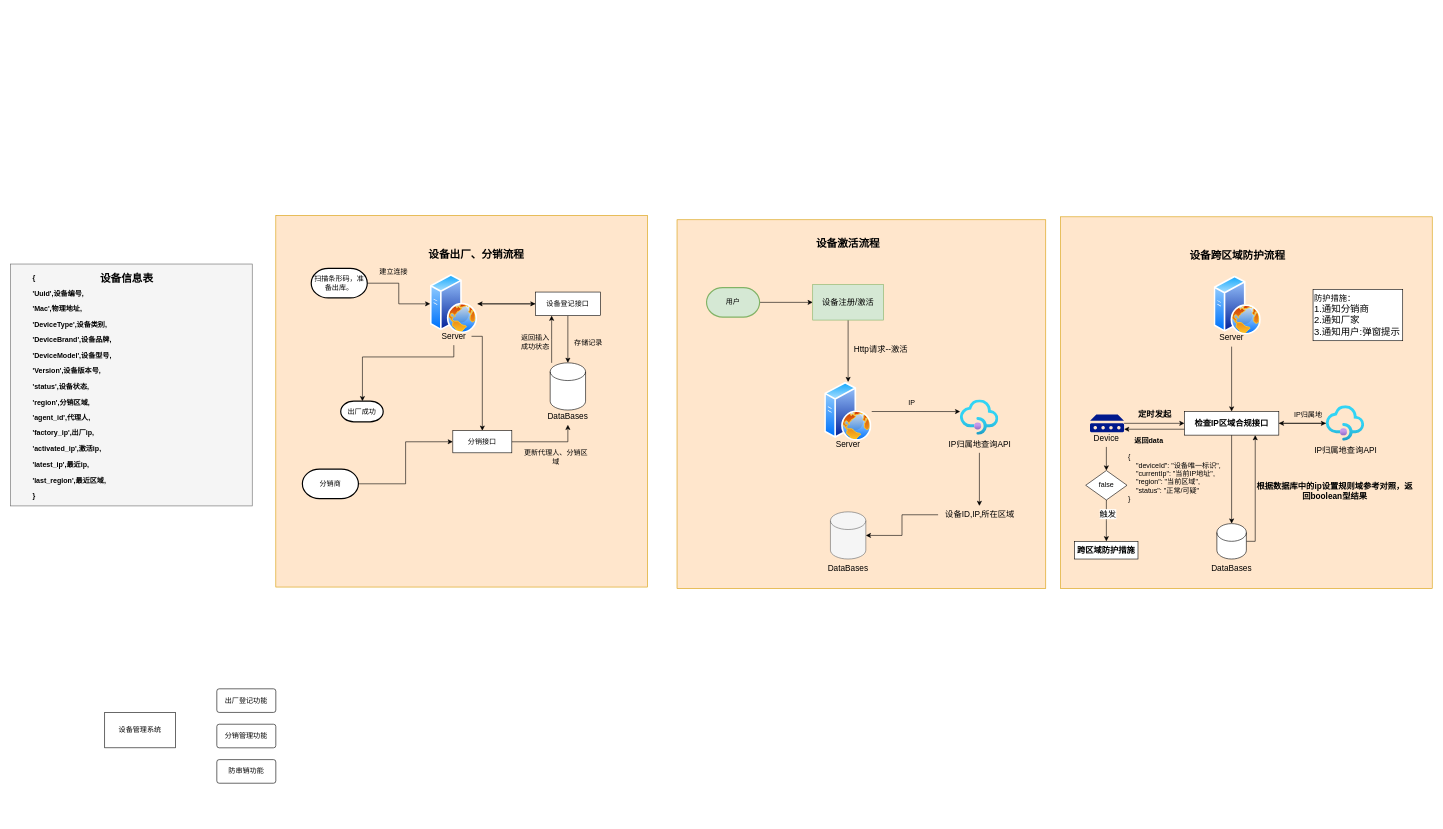
The draw.io diagram 设备跨区域防护流程.drawio in nikiok/honglou-datasets, before the edit. Source tidied: cells renumbered, new cells numbered last; positions are measured from the earlier drawing's top-left corner, leaving out a move shared by most shapes. Both pictures are drawn from the tidied source at 59%, with x=0, y=0 at pixel (10, 215).
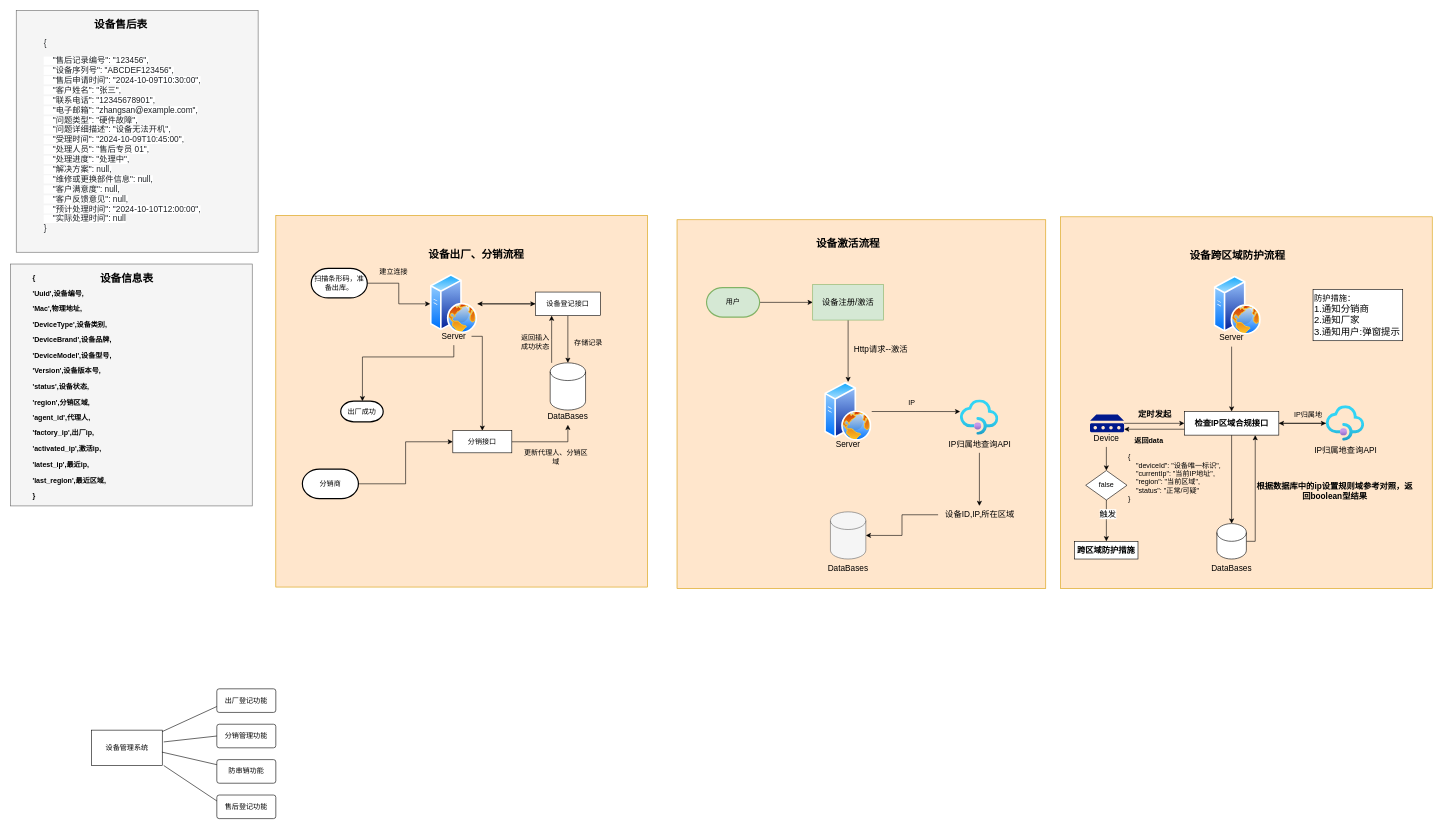
The same diagram, later.

Commit message:
更新设备跨区域防护流程.drawio

The change refers to these unchanged cells:
```xml
<mxCell id="77" value="出厂登记功能" style="rounded=1;arcSize=10;whiteSpace=wrap;html=1;align=center;" parent="1" vertex="1">
  <mxGeometry x="350" y="802" width="100" height="40" as="geometry" />
</mxCell>
<mxCell id="78" value="分销管理功能" style="rounded=1;arcSize=10;whiteSpace=wrap;html=1;align=center;" parent="1" vertex="1">
  <mxGeometry x="350" y="862" width="100" height="40" as="geometry" />
</mxCell>
<mxCell id="79" value="防串销功能" style="rounded=1;arcSize=10;whiteSpace=wrap;html=1;align=center;" parent="1" vertex="1">
  <mxGeometry x="350" y="922" width="100" height="40" as="geometry" />
</mxCell>
```

The edit, as a diff of the source:
```diff
@@
     <mxCell id="76" value="设备管理系统" style="rounded=0;whiteSpace=wrap;html=1;" parent="1" vertex="1">
-      <mxGeometry x="160" y="842" width="120" height="60" as="geometry" />
+      <mxGeometry x="137.5" y="872" width="120" height="60" as="geometry" />
     </mxCell>
@@
+    <mxCell id="80" value="售后登记功能" style="rounded=1;arcSize=10;whiteSpace=wrap;html=1;align=center;" parent="1" vertex="1">
+      <mxGeometry x="350" y="982" width="100" height="40" as="geometry" />
+    </mxCell>
+    <mxCell id="81" style="endArrow=none;html=1;rounded=0;entryX=0;entryY=0.75;entryDx=0;entryDy=0;" parent="1" edge="1" source="76" target="77">
+      <mxGeometry relative="1" as="geometry" />
+    </mxCell>
+    <mxCell id="82" style="endArrow=none;html=1;rounded=0;entryX=0;entryY=0.5;entryDx=0;entryDy=0;" parent="1" edge="1" target="78">
+      <mxGeometry relative="1" as="geometry">
+        <mxPoint x="260" y="892" as="sourcePoint" />
+      </mxGeometry>
+    </mxCell>
+    <mxCell id="83" style="endArrow=none;html=1;rounded=0;exitX=0.995;exitY=0.621;exitDx=0;exitDy=0;exitPerimeter=0;" parent="1" edge="1" source="76" target="79">
+      <mxGeometry relative="1" as="geometry" />
+    </mxCell>
+    <mxCell id="84" style="endArrow=none;html=1;rounded=0;entryX=0;entryY=0.25;entryDx=0;entryDy=0;" parent="1" edge="1" target="80">
+      <mxGeometry relative="1" as="geometry">
+        <mxPoint x="260" y="932" as="sourcePoint" />
+      </mxGeometry>
+    </mxCell>
+    <mxCell id="85" style="whiteSpace=wrap;html=1;fillColor=#f5f5f5;fontColor=#333333;strokeColor=#666666;" parent="1" vertex="1">
+      <mxGeometry x="10" y="-348" width="410" height="410" as="geometry" />
+    </mxCell>
+    <mxCell id="86" value="&lt;h2&gt;设备售后表&lt;/h2&gt;" style="text;html=1;align=center;verticalAlign=middle;whiteSpace=wrap;rounded=0;" parent="1" vertex="1">
+      <mxGeometry x="140" y="-338" width="95" height="30" as="geometry" />
+    </mxCell>
+    <mxCell id="87" value="&lt;p&gt;&lt;span style=&quot;color: rgb(28, 31, 35); white-space: pre; background-color: rgb(255, 255, 255);&quot;&gt;&lt;font face=&quot;Helvetica&quot; style=&quot;font-size: 14px;&quot;&gt;{&lt;br&gt;&lt;/font&gt;&lt;/span&gt;&lt;/p&gt;&lt;p&gt;&lt;span style=&quot;color: rgb(28, 31, 35); white-space: pre; background-color: rgb(255, 255, 255);&quot;&gt;&lt;font face=&quot;Helvetica&quot; style=&quot;font-size: 14px;&quot;&gt;    &quot;售后记录编号&quot;: &quot;123456&quot;,&lt;br&gt;&lt;/font&gt;&lt;/span&gt;&lt;span style=&quot;color: rgb(28, 31, 35); white-space: pre; background-color: rgb(255, 255, 255);&quot;&gt;&lt;font face=&quot;Helvetica&quot; style=&quot;font-size: 14px;&quot;&gt;    &quot;设备序列号&quot;: &quot;ABCDEF123456&quot;,&lt;br&gt;&lt;/font&gt;&lt;/span&gt;&lt;span style=&quot;color: rgb(28, 31, 35); white-space: pre; background-color: rgb(255, 255, 255);&quot;&gt;&lt;font face=&quot;Helvetica&quot; style=&quot;font-size: 14px;&quot;&gt;    &quot;售后申请时间&quot;: &quot;2024-10-09T10:30:00&quot;,&lt;br&gt;&lt;/font&gt;&lt;/span&gt;&lt;span style=&quot;color: rgb(28, 31, 35); white-space: pre; background-color: rgb(255, 255, 255);&quot;&gt;&lt;font face=&quot;Helvetica&quot; style=&quot;font-size: 14px;&quot;&gt;    &quot;客户姓名&quot;: &quot;张三&quot;,&lt;br&gt;&lt;/font&gt;&lt;/span&gt;&lt;span style=&quot;color: rgb(28, 31, 35); white-space: pre; background-color: rgb(255, 255, 255);&quot;&gt;&lt;font face=&quot;Helvetica&quot; style=&quot;font-size: 14px;&quot;&gt;    &quot;联系电话&quot;: &quot;12345678901&quot;,&lt;br&gt;&lt;/font&gt;&lt;/span&gt;&lt;span style=&quot;color: rgb(28, 31, 35); white-space: pre; background-color: rgb(255, 255, 255);&quot;&gt;&lt;font face=&quot;Helvetica&quot; style=&quot;font-size: 14px;&quot;&gt;    &quot;电子邮箱&quot;: &quot;zhangsan@example.com&quot;,&lt;br&gt;&lt;/font&gt;&lt;/span&gt;&lt;span style=&quot;color: rgb(28, 31, 35); white-space: pre; background-color: rgb(255, 255, 255);&quot;&gt;&lt;font face=&quot;Helvetica&quot; style=&quot;font-size: 14px;&quot;&gt;    &quot;问题类型&quot;: &quot;硬件故障&quot;,&lt;br&gt;&lt;/font&gt;&lt;/span&gt;&lt;span style=&quot;color: rgb(28, 31, 35); white-space: pre; background-color: rgb(255, 255, 255);&quot;&gt;&lt;font face=&quot;Helvetica&quot; style=&quot;font-size: 14px;&quot;&gt;    &quot;问题详细描述&quot;: &quot;设备无法开机&quot;,&lt;br&gt;&lt;/font&gt;&lt;/span&gt;&lt;span style=&quot;color: rgb(28, 31, 35); white-space: pre; background-color: rgb(255, 255, 255);&quot;&gt;&lt;font face=&quot;Helvetica&quot; style=&quot;font-size: 14px;&quot;&gt;    &quot;受理时间&quot;: &quot;2024-10-09T10:45:00&quot;,&lt;br&gt;&lt;/font&gt;&lt;/span&gt;&lt;span style=&quot;color: rgb(28, 31, 35); white-space: pre; background-color: rgb(255, 255, 255);&quot;&gt;&lt;font face=&quot;Helvetica&quot; style=&quot;font-size: 14px;&quot;&gt;    &quot;处理人员&quot;: &quot;售后专员 01&quot;,&lt;br&gt;&lt;/font&gt;&lt;/span&gt;&lt;span style=&quot;color: rgb(28, 31, 35); white-space: pre; background-color: rgb(255, 255, 255);&quot;&gt;&lt;font face=&quot;Helvetica&quot; style=&quot;font-size: 14px;&quot;&gt;    &quot;处理进度&quot;: &quot;处理中&quot;,&lt;br&gt;&lt;/font&gt;&lt;/span&gt;&lt;span style=&quot;color: rgb(28, 31, 35); white-space: pre; background-color: rgb(255, 255, 255);&quot;&gt;&lt;font face=&quot;Helvetica&quot; style=&quot;font-size: 14px;&quot;&gt;    &quot;解决方案&quot;: null,&lt;br&gt;&lt;/font&gt;&lt;/span&gt;&lt;span style=&quot;color: rgb(28, 31, 35); white-space: pre; background-color: rgb(255, 255, 255);&quot;&gt;&lt;font face=&quot;Helvetica&quot; style=&quot;font-size: 14px;&quot;&gt;    &quot;维修或更换部件信息&quot;: null,&lt;br&gt;&lt;/font&gt;&lt;/span&gt;&lt;span style=&quot;color: rgb(28, 31, 35); white-space: pre; background-color: rgb(255, 255, 255);&quot;&gt;&lt;font face=&quot;Helvetica&quot; style=&quot;font-size: 14px;&quot;&gt;    &quot;客户满意度&quot;: null,&lt;br&gt;&lt;/font&gt;&lt;/span&gt;&lt;span style=&quot;color: rgb(28, 31, 35); white-space: pre; background-color: rgb(255, 255, 255);&quot;&gt;&lt;font face=&quot;Helvetica&quot; style=&quot;font-size: 14px;&quot;&gt;    &quot;客户反馈意见&quot;: null,&lt;br&gt;&lt;/font&gt;&lt;/span&gt;&lt;span style=&quot;color: rgb(28, 31, 35); white-space: pre; background-color: rgb(255, 255, 255);&quot;&gt;&lt;font face=&quot;Helvetica&quot; style=&quot;font-size: 14px;&quot;&gt;    &quot;预计处理时间&quot;: &quot;2024-10-10T12:00:00&quot;,&lt;br&gt;&lt;/font&gt;&lt;/span&gt;&lt;span style=&quot;color: rgb(28, 31, 35); white-space: pre; background-color: rgb(255, 255, 255);&quot;&gt;&lt;font face=&quot;Helvetica&quot; style=&quot;font-size: 14px;&quot;&gt;    &quot;实际处理时间&quot;: null&lt;br&gt;&lt;/font&gt;&lt;/span&gt;&lt;span style=&quot;color: rgb(28, 31, 35); white-space: pre; background-color: rgb(255, 255, 255);&quot;&gt;&lt;font face=&quot;Helvetica&quot; style=&quot;font-size: 14px;&quot;&gt;}&lt;/font&gt;&lt;/span&gt;&lt;/p&gt;&lt;p&gt;&lt;/p&gt;" style="text;html=1;align=left;verticalAlign=middle;whiteSpace=wrap;rounded=0;" parent="1" vertex="1">
+      <mxGeometry x="55" y="-273" width="285" height="275" as="geometry" />
+    </mxCell>
```
